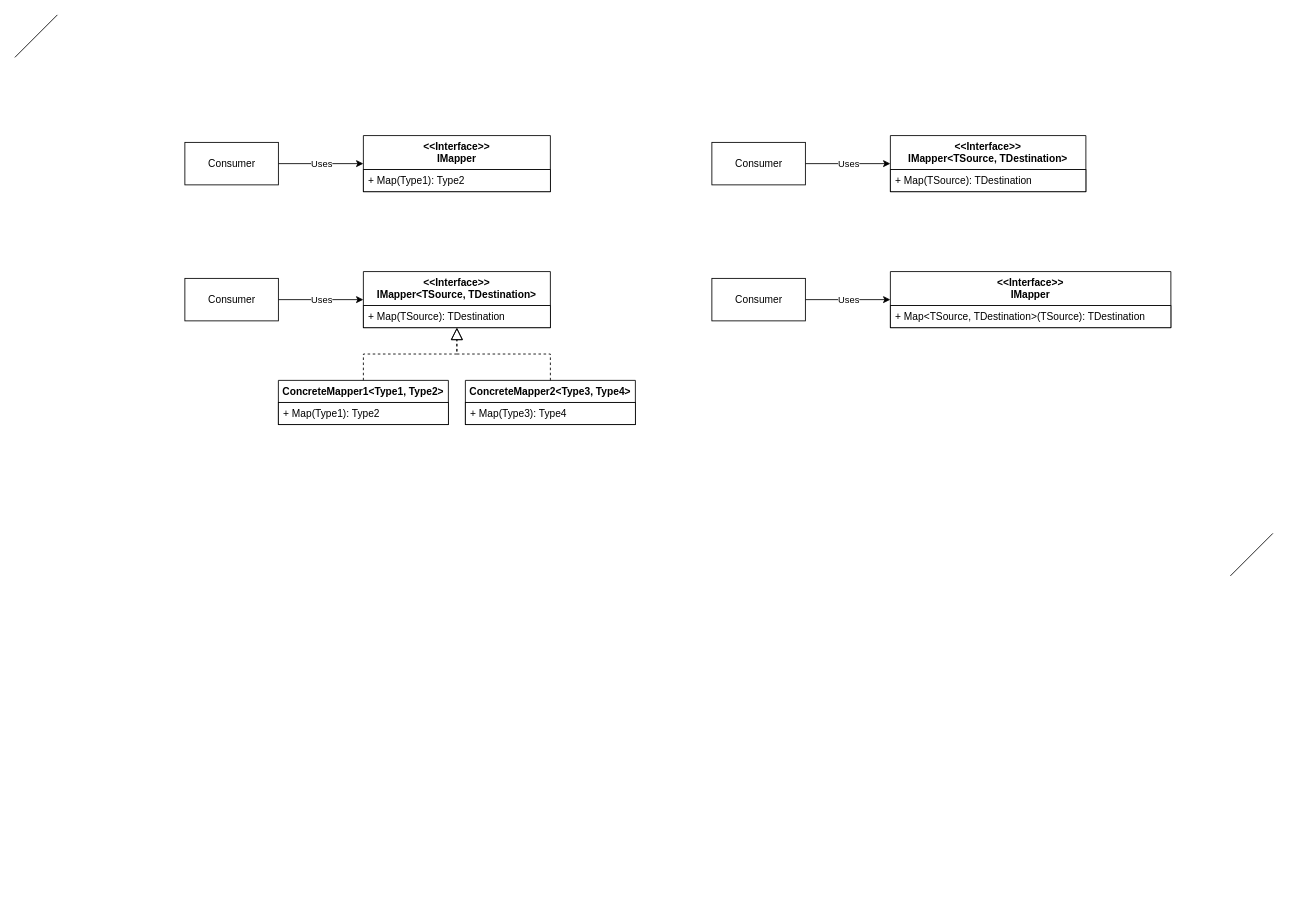
PacktPublishing/Architecting-ASP.NET-Core-Applications-3E keeps this draw.io diagram as Diagrams/Object Mapper.drawio. Above is the earlier version. Source tidied: cells renumbered, new cells numbered last; positions are measured from the earlier drawing's top-left corner, leaving out a move shared by most shapes. Both pictures are drawn from the tidied source at 85%, with x=0, y=0 at pixel (14, 14).
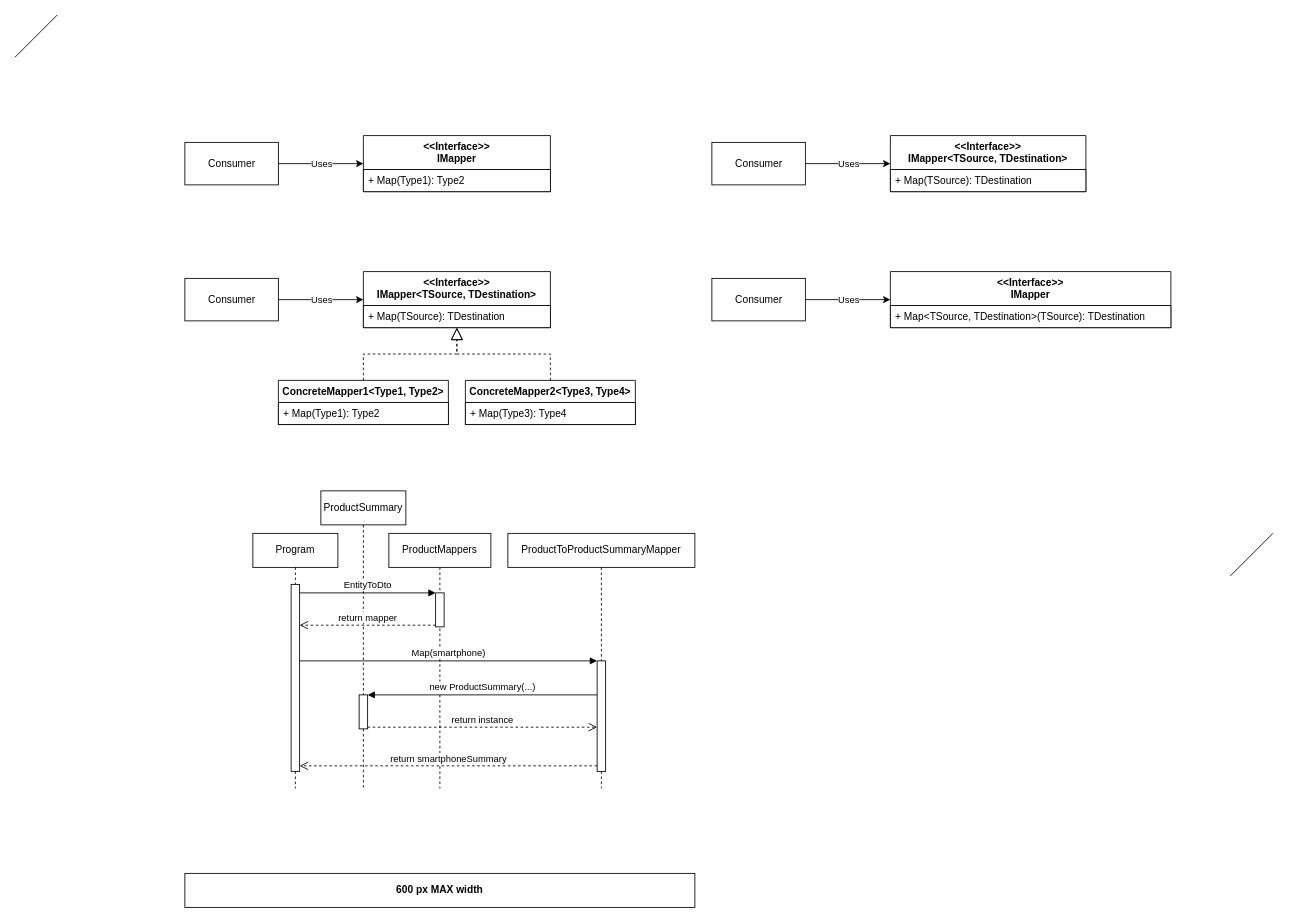
The same diagram, later.

The edit, as a diff of the source:
```diff
@@
+    <mxCell id="30" value="ProductMappers" style="shape=umlLifeline;perimeter=lifelinePerimeter;whiteSpace=wrap;html=1;" parent="1" vertex="1">
+      <mxGeometry x="440" y="610" width="120" height="300" as="geometry" />
+    </mxCell>
+    <mxCell id="31" style="html=1;points=[];perimeter=orthogonalPerimeter;" parent="30" vertex="1">
+      <mxGeometry x="55" y="70" width="10" height="40" as="geometry" />
+    </mxCell>
+    <mxCell id="32" value="ProductSummary" style="shape=umlLifeline;perimeter=lifelinePerimeter;whiteSpace=wrap;html=1;" parent="1" vertex="1">
+      <mxGeometry x="360" y="560" width="100" height="350" as="geometry" />
+    </mxCell>
+    <mxCell id="33" style="html=1;points=[];perimeter=orthogonalPerimeter;" parent="32" vertex="1">
+      <mxGeometry x="45" y="240" width="10" height="40" as="geometry" />
+    </mxCell>
@@
+    <mxCell id="34" value="600 px MAX width" style="rounded=0;whiteSpace=wrap;html=1;sketch=0;fontSize=12;align=center;fontStyle=1;" parent="1" vertex="1">
+      <mxGeometry x="200" y="1010" width="600" height="40" as="geometry" />
+    </mxCell>
+    <mxCell id="35" value="ProductToProductSummaryMapper" style="shape=umlLifeline;perimeter=lifelinePerimeter;whiteSpace=wrap;html=1;" parent="1" vertex="1">
+      <mxGeometry x="580" y="610" width="220" height="300" as="geometry" />
+    </mxCell>
+    <mxCell id="36" style="html=1;points=[];perimeter=orthogonalPerimeter;" parent="35" vertex="1">
+      <mxGeometry x="105" y="150" width="10" height="130" as="geometry" />
+    </mxCell>
+    <mxCell id="37" value="Program" style="shape=umlLifeline;perimeter=lifelinePerimeter;whiteSpace=wrap;html=1;" parent="1" vertex="1">
+      <mxGeometry x="280" y="610" width="100" height="300" as="geometry" />
+    </mxCell>
+    <mxCell id="38" style="html=1;points=[];perimeter=orthogonalPerimeter;" parent="37" vertex="1">
+      <mxGeometry x="45" y="60" width="10" height="220" as="geometry" />
+    </mxCell>
+    <mxCell id="39" value="EntityToDto" style="html=1;verticalAlign=bottom;endArrow=block;entryX=0;entryY=0;labelBackgroundColor=default;" parent="1" edge="1" source="38" target="31">
+      <mxGeometry relative="1" as="geometry" />
+    </mxCell>
+    <mxCell id="40" value="return mapper" style="html=1;verticalAlign=bottom;endArrow=open;dashed=1;endSize=8;exitX=0;exitY=0.95;labelBackgroundColor=default;" parent="1" edge="1" source="31" target="38">
+      <mxGeometry relative="1" as="geometry" />
+    </mxCell>
+    <mxCell id="41" value="Map(smartphone)" style="html=1;verticalAlign=bottom;endArrow=block;entryX=0;entryY=0;" parent="1" edge="1" source="38" target="36">
+      <mxGeometry relative="1" as="geometry" />
+    </mxCell>
+    <mxCell id="42" value="return&amp;nbsp;smartphoneSummary" style="html=1;verticalAlign=bottom;endArrow=open;dashed=1;endSize=8;exitX=0;exitY=0.95;" parent="1" edge="1" source="36" target="38">
+      <mxGeometry relative="1" as="geometry" />
+    </mxCell>
+    <mxCell id="43" value="return instance" style="html=1;verticalAlign=bottom;endArrow=open;dashed=1;endSize=8;exitX=1;exitY=0.95;" parent="1" edge="1" source="33" target="36">
+      <mxGeometry relative="1" as="geometry" />
+    </mxCell>
+    <mxCell id="44" value="new ProductSummary(...)" style="html=1;verticalAlign=bottom;endArrow=block;entryX=1;entryY=0;" parent="1" edge="1" source="36" target="33">
+      <mxGeometry relative="1" as="geometry" />
+    </mxCell>
```
